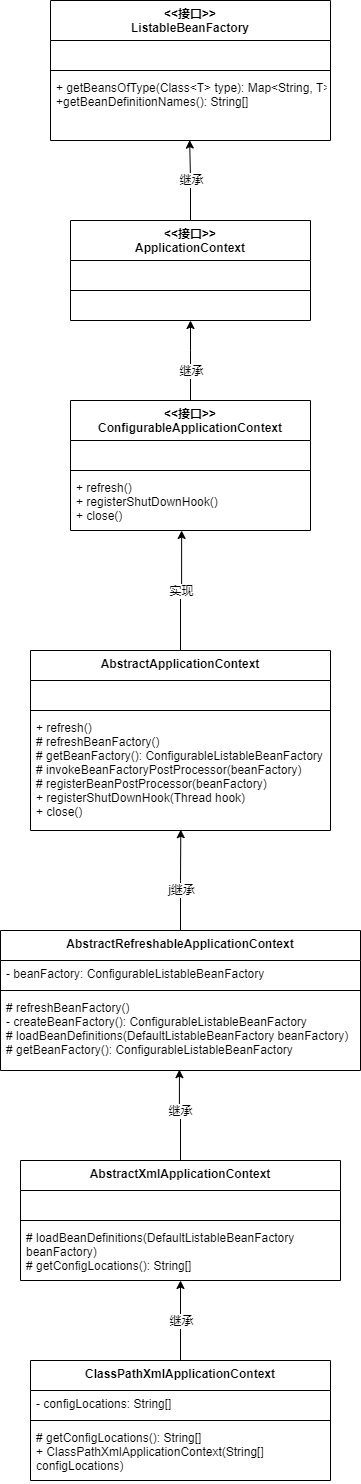
Before: wzz-spring/spring-step-06/07(应用上下文).drawio.png, a diagram exported from draw.io (wsxzei/markdown-photos). Source tidied: cells renumbered, new cells last; positions are measured from the earlier drawing's top-left corner, leaving out a move shared by most shapes.
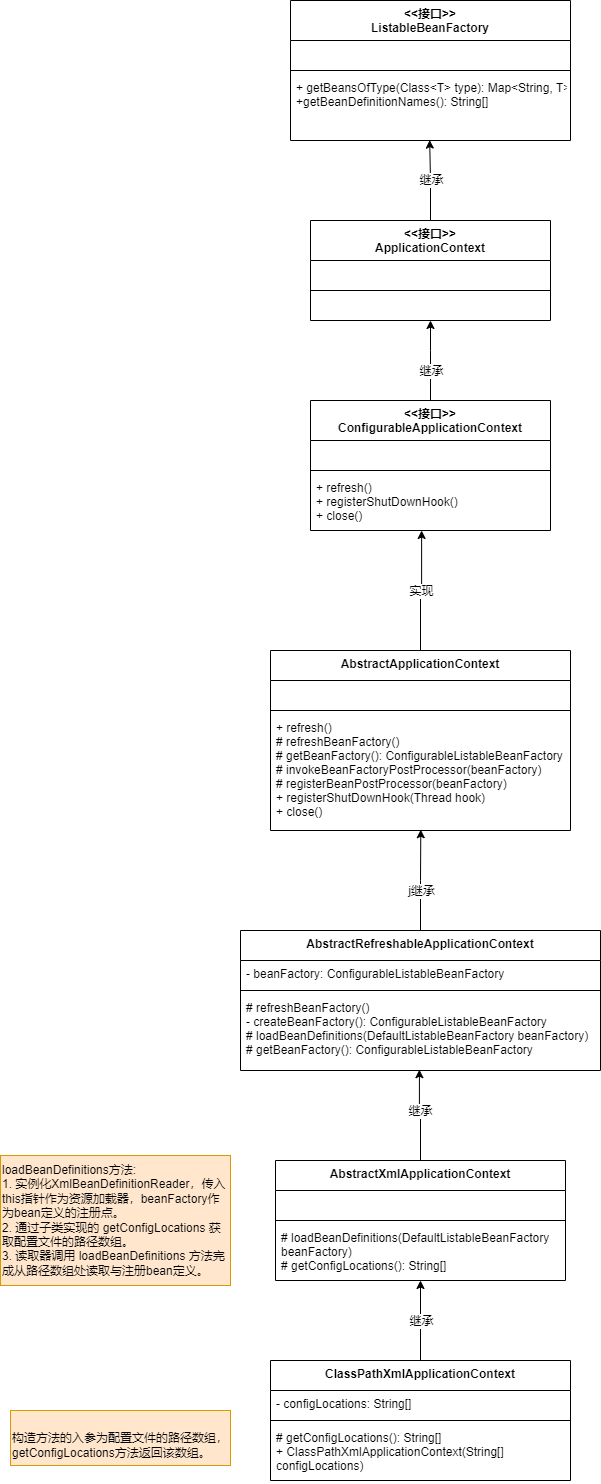
Above is the later version.

Commit message:
更新07(应用上下文).drawio.png

What changed in the source:
```diff
@@ -108,16 +108,16 @@
       </mxGeometry>
     </mxCell>
     <mxCell id="32" value="AbstractXmlApplicationContext" style="swimlane;fontStyle=1;align=center;verticalAlign=top;horizontal=1;startSize=30;" parent="1" vertex="1">
-      <mxGeometry x="20" y="1160" width="320" height="120" as="geometry" />
+      <mxGeometry x="35" y="1160" width="290" height="120" as="geometry" />
     </mxCell>
     <mxCell id="33" value=" " style="text;strokeColor=none;fillColor=none;align=left;verticalAlign=top;spacingLeft=4;spacingRight=4;overflow=hidden;" parent="32" vertex="1">
-      <mxGeometry y="30" width="320" height="26" as="geometry" />
+      <mxGeometry y="30" width="290" height="26" as="geometry" />
     </mxCell>
     <mxCell id="34" style="line;strokeWidth=1;fillColor=none;align=left;verticalAlign=middle;spacingTop=-1;spacingLeft=3;spacingRight=3;labelPosition=right;" parent="32" vertex="1">
-      <mxGeometry y="56" width="320" height="8" as="geometry" />
+      <mxGeometry y="56" width="290" height="8" as="geometry" />
     </mxCell>
     <mxCell id="35" value="# loadBeanDefinitions(DefaultListableBeanFactory &#10;beanFactory)&#10;# getConfigLocations(): String[]" style="text;strokeColor=none;fillColor=none;align=left;verticalAlign=top;spacingLeft=4;spacingRight=4;overflow=hidden;points=[[0,0.5],[1,0.5]];portConstraint=eastwest;" parent="32" vertex="1">
-      <mxGeometry y="64" width="320" height="56" as="geometry" />
+      <mxGeometry y="64" width="290" height="56" as="geometry" />
     </mxCell>
     <mxCell id="36" style="edgeStyle=orthogonalEdgeStyle;rounded=0;jettySize=auto;html=1;exitX=0.5;exitY=0;exitDx=0;exitDy=0;entryX=0.5;entryY=1;entryDx=0;entryDy=0;entryPerimeter=0;" parent="1" edge="1" source="38" target="35">
       <mxGeometry relative="1" as="geometry" />
@@ -139,5 +139,11 @@
     <mxCell id="41" value="# getConfigLocations(): String[]&#10;+ ClassPathXmlApplicationContext(String[] &#10;configLocations)" style="text;strokeColor=none;fillColor=none;align=left;verticalAlign=top;spacingLeft=4;spacingRight=4;overflow=hidden;" parent="38" vertex="1">
       <mxGeometry y="64" width="300" height="56" as="geometry" />
     </mxCell>
+    <mxCell id="42" value="loadBeanDefinitions方法:&lt;br&gt;1. 实例化XmlBeanDefinitionReader，传入this指针作为资源加载器，beanFactory作为bean定义的注册点。&lt;br&gt;&lt;div style=&quot;&quot;&gt;&lt;span style=&quot;background-color: initial;&quot;&gt;2. 通过子类实现的 getConfigLocations 获取配置文件的路径数组。&lt;/span&gt;&lt;/div&gt;&lt;div style=&quot;&quot;&gt;&lt;span style=&quot;background-color: initial;&quot;&gt;3. 读取器调用 loadBeanDefinitions 方法完成从路径数组处读取与注册bean定义。&lt;/span&gt;&lt;/div&gt;" style="text;html=1;strokeColor=#d79b00;fillColor=#ffe6cc;align=left;verticalAlign=middle;whiteSpace=wrap;rounded=0;" parent="1" vertex="1">
+      <mxGeometry x="-240" y="1155" width="230" height="130" as="geometry" />
+    </mxCell>
+    <mxCell id="43" value="&lt;br&gt;构造方法的入参为配置文件的路径数组，getConfigLocations方法返回该数组。" style="text;html=1;strokeColor=#d79b00;fillColor=#ffe6cc;align=left;verticalAlign=middle;whiteSpace=wrap;rounded=0;" parent="1" vertex="1">
+      <mxGeometry x="-230" y="1410" width="220" height="55" as="geometry" />
+    </mxCell>
   </root>
 </mxGraphModel>
```
